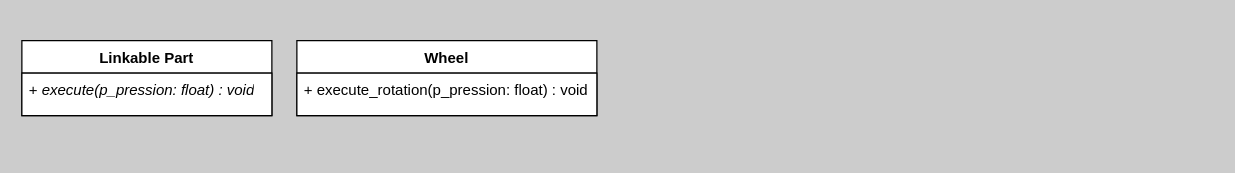
Above: module_02_uml/ex00/Untitled Diagram.drawio in ciuckc/ObjectPiscine (draw.io), before the change. Source tidied: cells renumbered, new cells numbered last; positions are measured from the earlier drawing's top-left corner, leaving out a move shared by most shapes. Both pictures are drawn from the tidied source at 125%, with x=0, y=0 at pixel (21, 40).
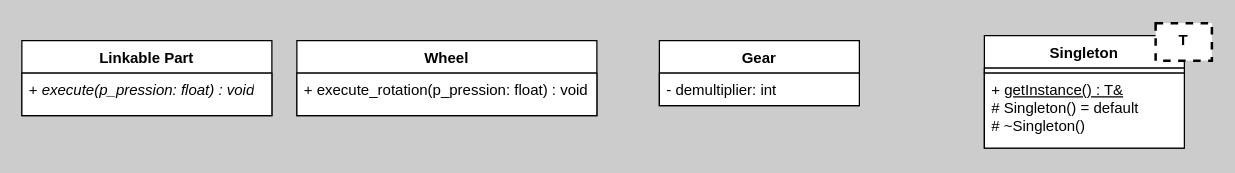
The same diagram, later.

What changed in the source:
```diff
@@
 <mxGraphModel background="#CCCCCC">
   <root>
     <mxCell id="0" />
     <mxCell id="1" parent="0" />
     <mxCell id="2" value="Linkable Part" style="swimlane;fontStyle=1;align=center;verticalAlign=top;horizontal=1;startSize=26;whiteSpace=wrap;html=1;strokeColor=#000000;swimlaneFillColor=none;" parent="1" vertex="1">
       <mxGeometry width="200" height="60" as="geometry" />
     </mxCell>
     <mxCell id="3" value="+ &lt;i&gt;execute(p_pression: float) : void&lt;/i&gt;" style="text;strokeColor=default;fillColor=default;align=left;verticalAlign=top;spacingLeft=4;spacingRight=4;overflow=hidden;whiteSpace=wrap;html=1;" parent="2" vertex="1">
       <mxGeometry y="26" width="200" height="34" as="geometry" />
     </mxCell>
     <mxCell id="4" value="Wheel" style="swimlane;fontStyle=1;align=center;verticalAlign=top;horizontal=1;startSize=26;whiteSpace=wrap;html=1;strokeColor=#000000;swimlaneFillColor=none;" parent="1" vertex="1">
       <mxGeometry x="220" width="240" height="60" as="geometry" />
     </mxCell>
     <mxCell id="5" value="+ execute_rotation(p_pression: float) : void" style="text;strokeColor=default;fillColor=default;align=left;verticalAlign=top;spacingLeft=4;spacingRight=4;overflow=hidden;whiteSpace=wrap;html=1;" parent="4" vertex="1">
       <mxGeometry y="26" width="240" height="34" as="geometry" />
     </mxCell>
+    <mxCell id="6" value="Gear" style="swimlane;fontStyle=1;align=center;verticalAlign=top;horizontal=1;startSize=26;whiteSpace=wrap;html=1;" parent="1" vertex="1">
+      <mxGeometry x="510" width="160" height="52" as="geometry" />
+    </mxCell>
+    <mxCell id="7" value="- demultiplier: int" style="text;strokeColor=default;fillColor=default;align=left;verticalAlign=top;spacingLeft=4;spacingRight=4;overflow=hidden;whiteSpace=wrap;html=1;" parent="6" vertex="1">
+      <mxGeometry y="26" width="160" height="26" as="geometry" />
+    </mxCell>
+    <mxCell id="8" style="group;" parent="1" vertex="1">
+      <mxGeometry x="770" y="-14" width="182" height="100" as="geometry" />
+    </mxCell>
+    <mxCell id="9" value="Singleton" style="swimlane;fontStyle=1;align=center;verticalAlign=top;horizontal=1;startSize=26;whiteSpace=wrap;html=1;" parent="8" vertex="1">
+      <mxGeometry y="10" width="160" height="90" as="geometry" />
+    </mxCell>
+    <mxCell id="10" style="text;strokeColor=default;fillColor=default;align=left;verticalAlign=top;spacingLeft=4;spacingRight=4;overflow=hidden;whiteSpace=wrap;html=1;" parent="9" vertex="1">
+      <mxGeometry y="26" width="160" height="4" as="geometry" />
+    </mxCell>
+    <mxCell id="11" value="&lt;div&gt;+ &lt;u&gt;getInstance() : T&amp;amp;&lt;/u&gt;&lt;/div&gt;&lt;div&gt;# Singleton() = default&lt;/div&gt;&lt;div&gt;# ~Singleton()&lt;br&gt;&lt;/div&gt;" style="text;strokeColor=default;fillColor=default;align=left;verticalAlign=top;spacingLeft=4;spacingRight=4;overflow=hidden;whiteSpace=wrap;html=1;" parent="9" vertex="1">
+      <mxGeometry y="30" width="160" height="60" as="geometry" />
+    </mxCell>
+    <mxCell id="12" value="&lt;div&gt;T&lt;/div&gt;" style="rounded=0;whiteSpace=wrap;html=1;strokeColor=default;align=center;verticalAlign=top;fontFamily=Helvetica;fontSize=12;fontColor=default;fontStyle=1;fillColor=default;dashed=1;strokeWidth=2;" parent="8" vertex="1">
+      <mxGeometry x="137" width="45" height="30" as="geometry" />
+    </mxCell>
   </root>
 </mxGraphModel>
```
